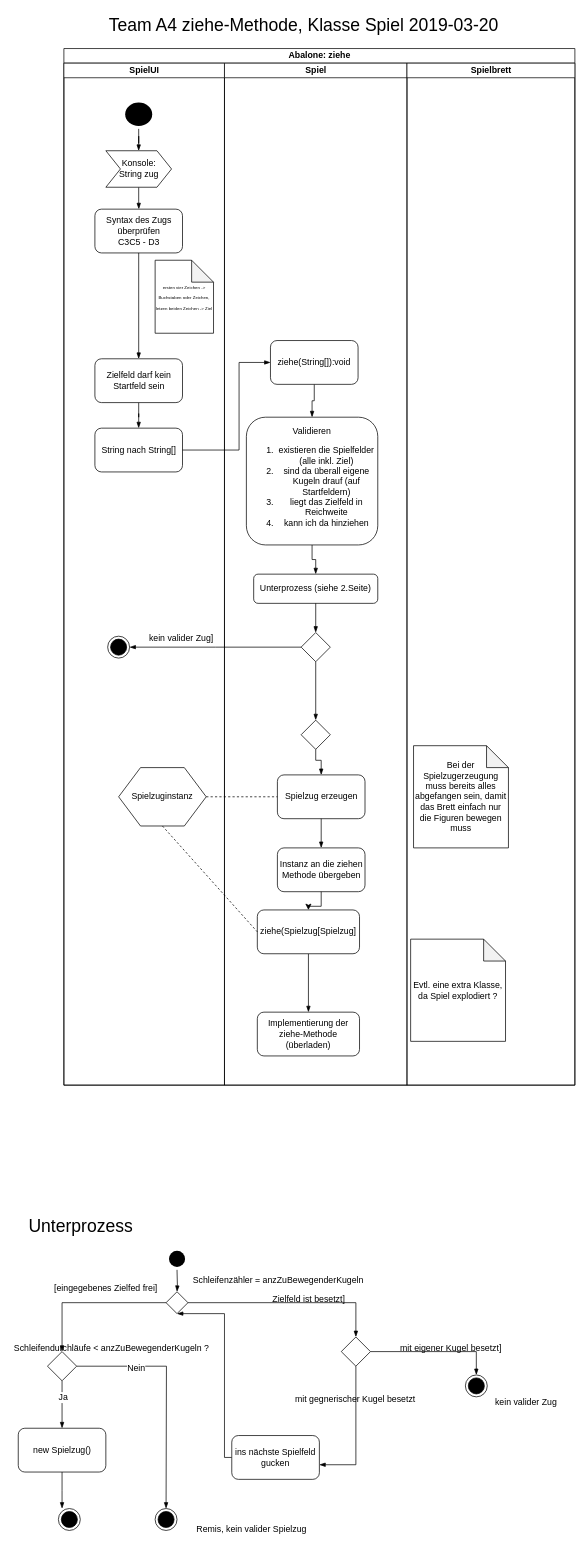
The draw.io diagram Dokumentation/Aktivitätsdiagramm ziehe-Methode.drawio in JoeG777/Abalone_Game, before the edit. Source tidied: cells renumbered, new cells numbered last; positions are measured from the earlier drawing's top-left corner, leaving out a move shared by most shapes. Both pictures are drawn from the tidied source at 73%, with x=0, y=0 at pixel (12, 12).
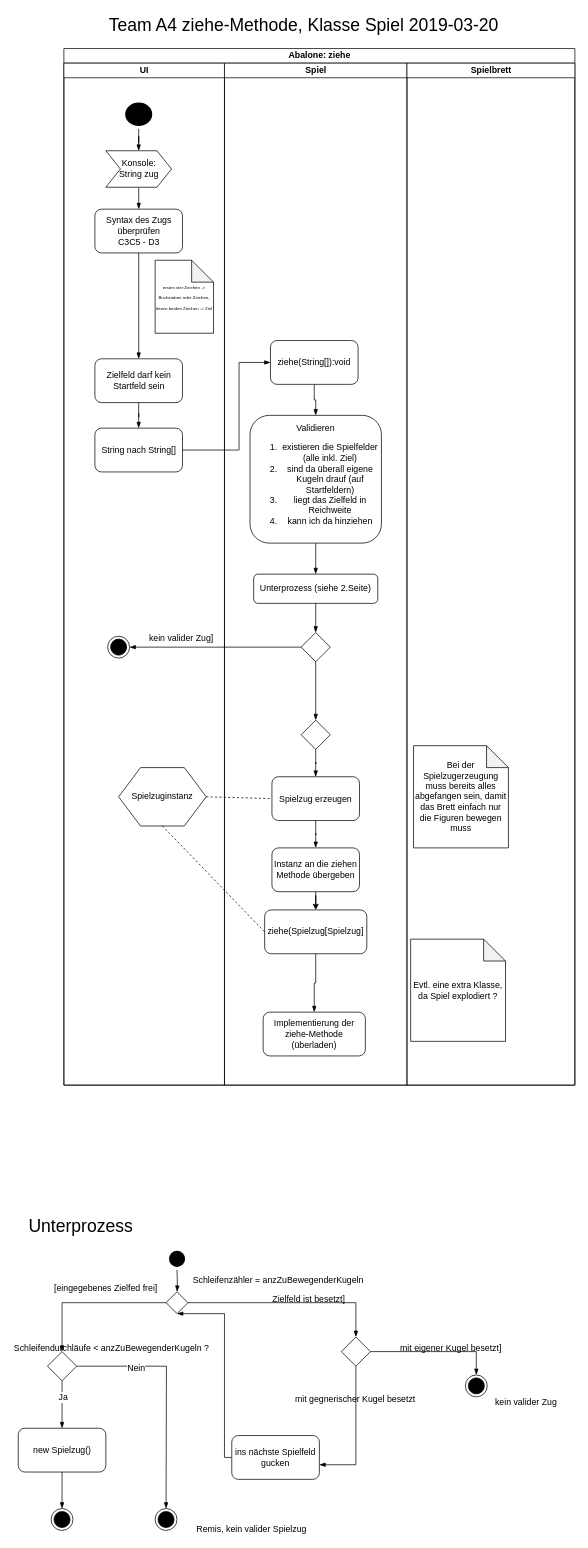
The same diagram, later.

Unchanged cells that the change refers to:
```xml
<mxCell id="3" value="Abalone: ziehe" style="swimlane;html=1;startSize=20;" parent="1" vertex="1">
  <mxGeometry x="70" y="49" width="700" height="1420" as="geometry" />
</mxCell>
<mxCell id="19" value="Spiel&lt;br&gt;" style="swimlane;html=1;startSize=20;" parent="3" vertex="1">
  <mxGeometry x="220" y="20" width="250" height="1400" as="geometry" />
</mxCell>
```

What changed in the source:
```diff
@@
-    <mxCell id="4" value="SpielUI" style="swimlane;html=1;startSize=20;" parent="3" vertex="1">
+    <mxCell id="4" value="UI" style="swimlane;html=1;startSize=20;" parent="3" vertex="1">
       <mxGeometry y="20" width="220" height="1400" as="geometry" />
     </mxCell>
@@
     <mxCell id="23" value="&lt;div style=&quot;text-align: center&quot;&gt;&lt;span&gt;Validieren&lt;/span&gt;&lt;/div&gt;&lt;div style=&quot;text-align: center&quot;&gt;&lt;ol&gt;&lt;li&gt;existieren die Spielfelder (alle inkl. Ziel)&lt;br&gt;&lt;/li&gt;&lt;li&gt;sind da überall eigene Kugeln drauf (auf Startfeldern)&lt;br&gt;&lt;/li&gt;&lt;li&gt;liegt das Zielfeld in Reichweite&lt;/li&gt;&lt;li&gt;kann ich da hinziehen&lt;/li&gt;&lt;/ol&gt;&lt;/div&gt;" style="rounded=1;whiteSpace=wrap;html=1;" parent="19" vertex="1">
-      <mxGeometry x="30" y="485" width="180" height="175" as="geometry" />
+      <mxGeometry x="35" y="482.5" width="180" height="175" as="geometry" />
     </mxCell>
@@
     <mxCell id="32" value="Spielzug erzeugen" style="rounded=1;whiteSpace=wrap;html=1;" parent="19" vertex="1">
-      <mxGeometry x="72.5" y="975" width="120" height="60" as="geometry" />
+      <mxGeometry x="65" y="977.5" width="120" height="60" as="geometry" />
     </mxCell>
     <mxCell id="33" value="Instanz an die ziehen Methode übergeben" style="rounded=1;whiteSpace=wrap;html=1;" parent="19" vertex="1">
-      <mxGeometry x="72.5" y="1075" width="120" height="60" as="geometry" />
+      <mxGeometry x="65" y="1075" width="120" height="60" as="geometry" />
     </mxCell>
@@
     <mxCell id="41" value="ziehe(Spielzug[Spielzug]" style="rounded=1;whiteSpace=wrap;html=1;" parent="1" vertex="1">
-      <mxGeometry x="335" y="1229" width="140" height="60" as="geometry" />
+      <mxGeometry x="345" y="1229" width="140" height="60" as="geometry" />
     </mxCell>
     <mxCell id="42" value="Implementierung der ziehe-Methode (überladen)&lt;br&gt;" style="rounded=1;whiteSpace=wrap;html=1;" parent="1" vertex="1">
-      <mxGeometry x="335" y="1369" width="140" height="60" as="geometry" />
+      <mxGeometry x="343" y="1369" width="140" height="60" as="geometry" />
     </mxCell>
@@
     <mxCell id="70" style="ellipse;html=1;shape=endState;fillColor=#000000;strokeColor=#000000;" parent="1" vertex="1">
-      <mxGeometry x="62.5" y="2049" width="30" height="30" as="geometry" />
+      <mxGeometry x="52.5" y="2049" width="30" height="30" as="geometry" />
     </mxCell>
```
